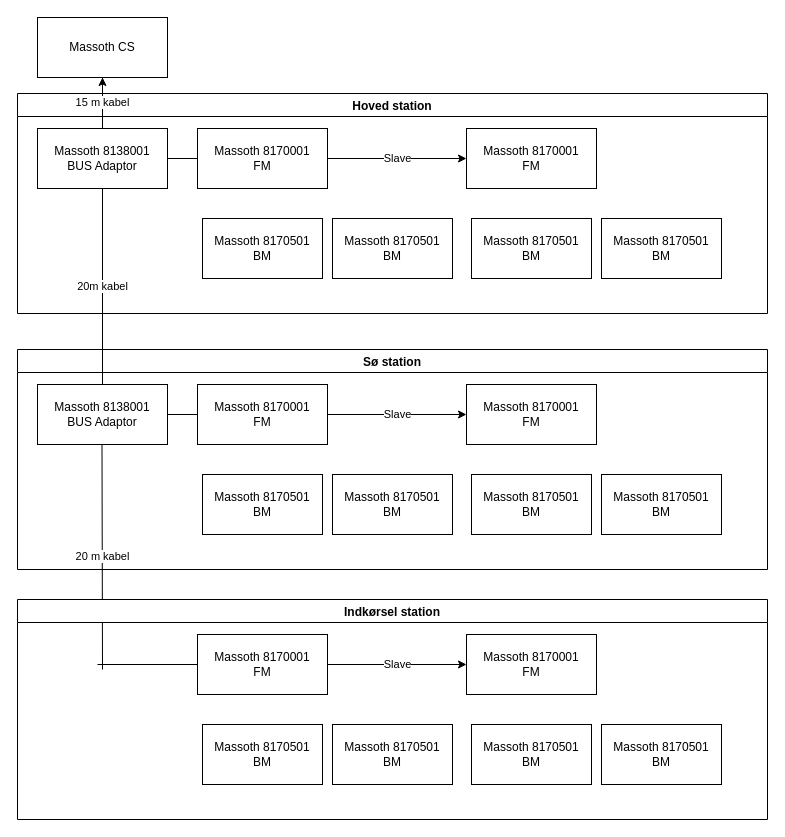
This is Untitled Diagram.drawio from MaxWinther/rocrail, a draw.io file, before an edit. Source tidied: cells renumbered, new cells numbered last; positions are measured from the earlier drawing's top-left corner, leaving out a move shared by most shapes. Both pictures are drawn from the tidied source at 100%, with x=0, y=0 at pixel (17, 17).
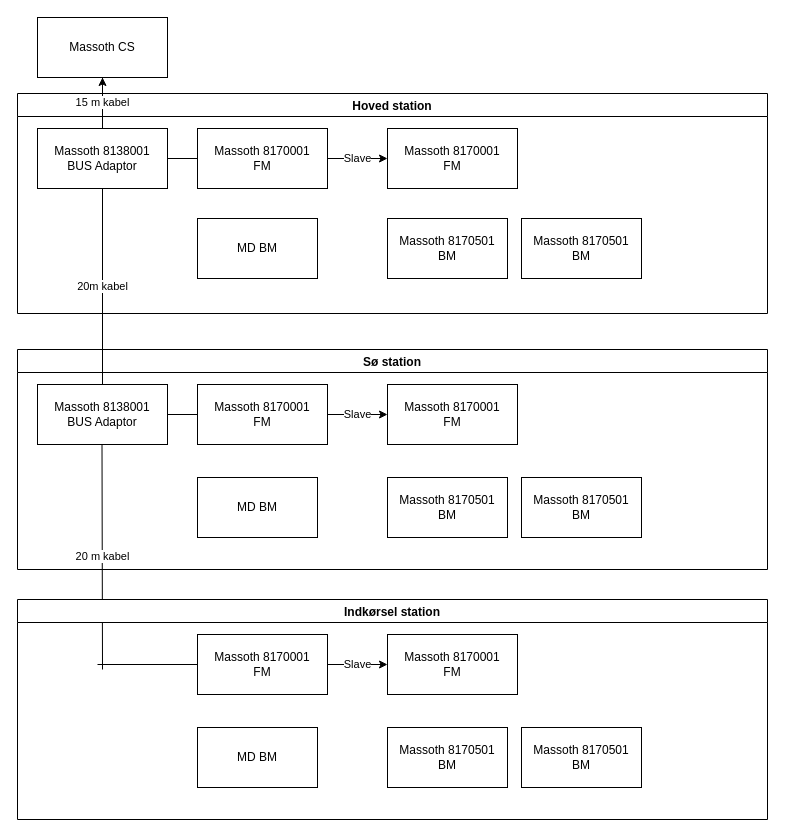
The same diagram, later.

Unchanged cells that the change refers to:
```xml
<mxCell id="12" value="Hoved station" style="swimlane;" parent="1" vertex="1">
  <mxGeometry y="76" width="750" height="220" as="geometry" />
</mxCell>
<mxCell id="23" value="Sø station" style="swimlane;" parent="1" vertex="1">
  <mxGeometry y="332" width="750" height="220" as="geometry" />
</mxCell>
<mxCell id="33" value="Indkørsel station" style="swimlane;" parent="1" vertex="1">
  <mxGeometry y="582" width="750" height="220" as="geometry" />
</mxCell>
```

Diff of the diagram source:
```diff
@@
-    <mxCell id="2" value="Massoth 8170501&lt;br&gt;BM" style="rounded=0;whiteSpace=wrap;html=1;" parent="1" vertex="1">
-      <mxGeometry x="185" y="201" width="120" height="60" as="geometry" />
-    </mxCell>
-    <mxCell id="3" value="Massoth 8170501&lt;br&gt;BM" style="rounded=0;whiteSpace=wrap;html=1;" parent="1" vertex="1">
-      <mxGeometry x="315" y="201" width="120" height="60" as="geometry" />
-    </mxCell>
@@
-    <mxCell id="6" value="Massoth 8170501&lt;br&gt;BM" style="rounded=0;whiteSpace=wrap;html=1;" parent="1" vertex="1">
-      <mxGeometry x="454" y="201" width="120" height="60" as="geometry" />
-    </mxCell>
-    <mxCell id="7" value="Massoth 8170501&lt;br&gt;BM" style="rounded=0;whiteSpace=wrap;html=1;" parent="1" vertex="1">
-      <mxGeometry x="584" y="201" width="120" height="60" as="geometry" />
-    </mxCell>
-    <mxCell id="8" value="Massoth 8170001&lt;br&gt;FM" style="rounded=0;whiteSpace=wrap;html=1;" parent="1" vertex="1">
-      <mxGeometry x="449" y="111" width="130" height="60" as="geometry" />
-    </mxCell>
@@
-    <mxCell id="14" value="Massoth 8170501&lt;br&gt;BM" style="rounded=0;whiteSpace=wrap;html=1;" parent="1" vertex="1">
-      <mxGeometry x="185" y="457" width="120" height="60" as="geometry" />
-    </mxCell>
-    <mxCell id="15" value="Massoth 8170501&lt;br&gt;BM" style="rounded=0;whiteSpace=wrap;html=1;" parent="1" vertex="1">
-      <mxGeometry x="315" y="457" width="120" height="60" as="geometry" />
-    </mxCell>
+    <mxCell id="6" value="MD BM" style="rounded=0;whiteSpace=wrap;html=1;" parent="12" vertex="1">
+      <mxGeometry x="180" y="125" width="120" height="60" as="geometry" />
+    </mxCell>
+    <mxCell id="8" value="Massoth 8170001&lt;br&gt;FM" style="rounded=0;whiteSpace=wrap;html=1;" parent="12" vertex="1">
+      <mxGeometry x="370" y="35" width="130" height="60" as="geometry" />
+    </mxCell>
+    <mxCell id="36" value="Massoth 8170501&lt;br&gt;BM" style="rounded=0;whiteSpace=wrap;html=1;" parent="12" vertex="1">
+      <mxGeometry x="370" y="125" width="120" height="60" as="geometry" />
+    </mxCell>
+    <mxCell id="37" value="Massoth 8170501&lt;br&gt;BM" style="rounded=0;whiteSpace=wrap;html=1;" parent="12" vertex="1">
+      <mxGeometry x="504" y="125" width="120" height="60" as="geometry" />
+    </mxCell>
@@
-    <mxCell id="18" value="Massoth 8170501&lt;br&gt;BM" style="rounded=0;whiteSpace=wrap;html=1;" parent="1" vertex="1">
-      <mxGeometry x="454" y="457" width="120" height="60" as="geometry" />
-    </mxCell>
-    <mxCell id="19" value="Massoth 8170501&lt;br&gt;BM" style="rounded=0;whiteSpace=wrap;html=1;" parent="1" vertex="1">
-      <mxGeometry x="584" y="457" width="120" height="60" as="geometry" />
-    </mxCell>
-    <mxCell id="20" value="Massoth 8170001&lt;br&gt;FM" style="rounded=0;whiteSpace=wrap;html=1;" parent="1" vertex="1">
-      <mxGeometry x="449" y="367" width="130" height="60" as="geometry" />
-    </mxCell>
@@
-    <mxCell id="25" value="Massoth 8170501&lt;br&gt;BM" style="rounded=0;whiteSpace=wrap;html=1;" parent="1" vertex="1">
-      <mxGeometry x="185" y="707" width="120" height="60" as="geometry" />
-    </mxCell>
-    <mxCell id="26" value="Massoth 8170501&lt;br&gt;BM" style="rounded=0;whiteSpace=wrap;html=1;" parent="1" vertex="1">
-      <mxGeometry x="315" y="707" width="120" height="60" as="geometry" />
-    </mxCell>
+    <mxCell id="20" value="Massoth 8170001&lt;br&gt;FM" style="rounded=0;whiteSpace=wrap;html=1;" parent="23" vertex="1">
+      <mxGeometry x="370" y="35" width="130" height="60" as="geometry" />
+    </mxCell>
+    <mxCell id="38" value="MD BM" style="rounded=0;whiteSpace=wrap;html=1;" parent="23" vertex="1">
+      <mxGeometry x="180" y="128" width="120" height="60" as="geometry" />
+    </mxCell>
+    <mxCell id="39" value="Massoth 8170501&lt;br&gt;BM" style="rounded=0;whiteSpace=wrap;html=1;" parent="23" vertex="1">
+      <mxGeometry x="370" y="128" width="120" height="60" as="geometry" />
+    </mxCell>
+    <mxCell id="40" value="Massoth 8170501&lt;br&gt;BM" style="rounded=0;whiteSpace=wrap;html=1;" parent="23" vertex="1">
+      <mxGeometry x="504" y="128" width="120" height="60" as="geometry" />
+    </mxCell>
@@
-    <mxCell id="29" value="Massoth 8170501&lt;br&gt;BM" style="rounded=0;whiteSpace=wrap;html=1;" parent="1" vertex="1">
-      <mxGeometry x="454" y="707" width="120" height="60" as="geometry" />
-    </mxCell>
-    <mxCell id="30" value="Massoth 8170501&lt;br&gt;BM" style="rounded=0;whiteSpace=wrap;html=1;" parent="1" vertex="1">
-      <mxGeometry x="584" y="707" width="120" height="60" as="geometry" />
-    </mxCell>
-    <mxCell id="31" value="Massoth 8170001&lt;br&gt;FM" style="rounded=0;whiteSpace=wrap;html=1;" parent="1" vertex="1">
-      <mxGeometry x="449" y="617" width="130" height="60" as="geometry" />
-    </mxCell>
@@
+    <mxCell id="31" value="Massoth 8170001&lt;br&gt;FM" style="rounded=0;whiteSpace=wrap;html=1;" parent="33" vertex="1">
+      <mxGeometry x="370" y="35" width="130" height="60" as="geometry" />
+    </mxCell>
+    <mxCell id="41" value="MD BM" style="rounded=0;whiteSpace=wrap;html=1;" parent="33" vertex="1">
+      <mxGeometry x="180" y="128" width="120" height="60" as="geometry" />
+    </mxCell>
+    <mxCell id="42" value="Massoth 8170501&lt;br&gt;BM" style="rounded=0;whiteSpace=wrap;html=1;" parent="33" vertex="1">
+      <mxGeometry x="370" y="128" width="120" height="60" as="geometry" />
+    </mxCell>
+    <mxCell id="43" value="Massoth 8170501&lt;br&gt;BM" style="rounded=0;whiteSpace=wrap;html=1;" parent="33" vertex="1">
+      <mxGeometry x="504" y="128" width="120" height="60" as="geometry" />
+    </mxCell>
@@
+    <mxCell id="44" style="edgeStyle=orthogonalEdgeStyle;rounded=0;orthogonalLoop=1;jettySize=auto;html=1;" parent="1" edge="1">
+      <mxGeometry relative="1" as="geometry">
+        <mxPoint x="366" y="738" as="targetPoint" />
+      </mxGeometry>
+    </mxCell>
```
